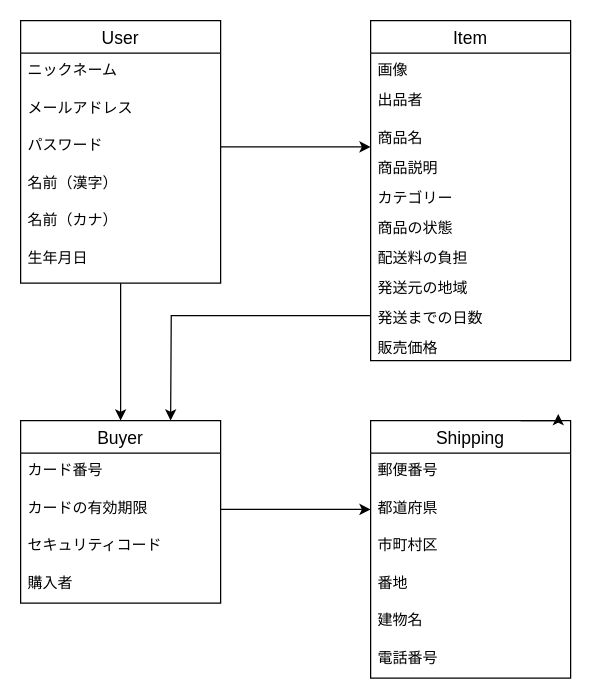
Before: DBstructure.dio in deratokati88/furima-32475, a draw.io diagram. Source tidied: cells renumbered, new cells numbered last; positions are measured from the earlier drawing's top-left corner, leaving out a move shared by most shapes. Both pictures are drawn from the tidied source at 125%, with x=0, y=0 at pixel (20, 20).
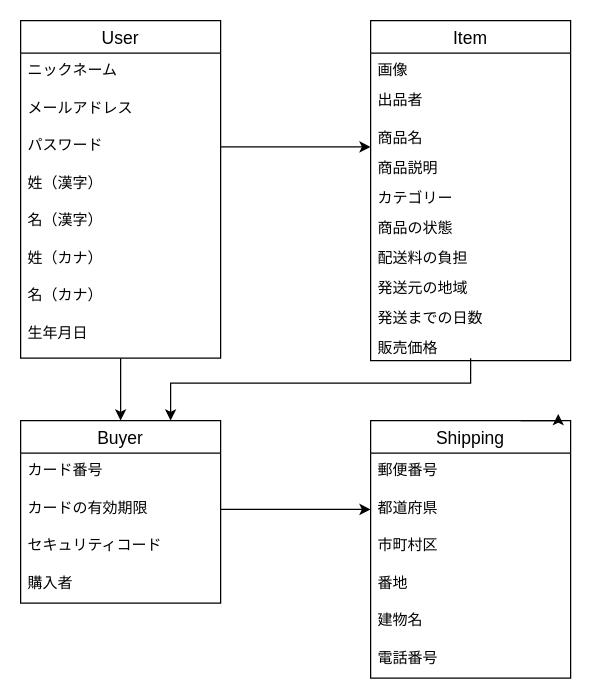
After the change.

Unchanged cells that the change refers to:
```xml
<mxCell id="19" value="発送までの日数" style="text;strokeColor=none;fillColor=none;spacingLeft=4;spacingRight=4;overflow=hidden;points=[[0,0.5],[1,0.5]];portConstraint=eastwest;fontSize=12;" parent="10" vertex="1">
  <mxGeometry y="224" width="160" height="24" as="geometry" />
</mxCell>
```

What changed in the source:
```diff
@@
     <mxCell id="3" value="User" style="swimlane;fontStyle=0;horizontal=1;startSize=26;align=center;fontSize=14;" parent="1" vertex="1">
-      <mxGeometry width="160" height="210" as="geometry" />
+      <mxGeometry width="160" height="270" as="geometry" />
     </mxCell>
@@
-    <mxCell id="7" value="名前（漢字）" style="text;strokeColor=none;fillColor=none;spacingLeft=4;spacingRight=4;overflow=hidden;fontSize=12;" parent="3" vertex="1">
+    <mxCell id="7" value="姓（漢字）" style="text;strokeColor=none;fillColor=none;spacingLeft=4;spacingRight=4;overflow=hidden;fontSize=12;" parent="3" vertex="1">
       <mxGeometry y="116" width="160" height="30" as="geometry" />
     </mxCell>
+    <mxCell id="38" value="名（漢字）" style="text;strokeColor=none;fillColor=none;spacingLeft=4;spacingRight=4;overflow=hidden;fontSize=12;" parent="3" vertex="1">
+      <mxGeometry y="146" width="160" height="30" as="geometry" />
+    </mxCell>
+    <mxCell id="39" value="姓（カナ）" style="text;strokeColor=none;fillColor=none;spacingLeft=4;spacingRight=4;overflow=hidden;fontSize=12;" parent="3" vertex="1">
+      <mxGeometry y="176" width="160" height="30" as="geometry" />
+    </mxCell>
-    <mxCell id="8" value="名前（カナ）" style="text;strokeColor=none;fillColor=none;spacingLeft=4;spacingRight=4;overflow=hidden;fontSize=12;" parent="3" vertex="1">
-      <mxGeometry y="146" width="160" height="30" as="geometry" />
+    <mxCell id="8" value="名（カナ）" style="text;strokeColor=none;fillColor=none;spacingLeft=4;spacingRight=4;overflow=hidden;fontSize=12;" parent="3" vertex="1">
+      <mxGeometry y="206" width="160" height="30" as="geometry" />
     </mxCell>
     <mxCell id="9" value="生年月日" style="text;strokeColor=none;fillColor=none;spacingLeft=4;spacingRight=4;overflow=hidden;fontSize=12;" parent="3" vertex="1">
-      <mxGeometry y="176" width="160" height="34" as="geometry" />
+      <mxGeometry y="236" width="160" height="34" as="geometry" />
     </mxCell>
@@
-    <mxCell id="37" style="edgeStyle=orthogonalEdgeStyle;rounded=0;jettySize=auto;html=1;" parent="1" edge="1" source="19">
+    <mxCell id="37" style="edgeStyle=orthogonalEdgeStyle;rounded=0;orthogonalLoop=1;jettySize=auto;html=1;" parent="1" edge="1">
       <mxGeometry relative="1" as="geometry">
+        <mxPoint x="360" y="270" as="sourcePoint" />
         <mxPoint x="120" y="320" as="targetPoint" />
+        <Array as="points">
+          <mxPoint x="360" y="290" />
+          <mxPoint x="120" y="290" />
+        </Array>
       </mxGeometry>
     </mxCell>
```
